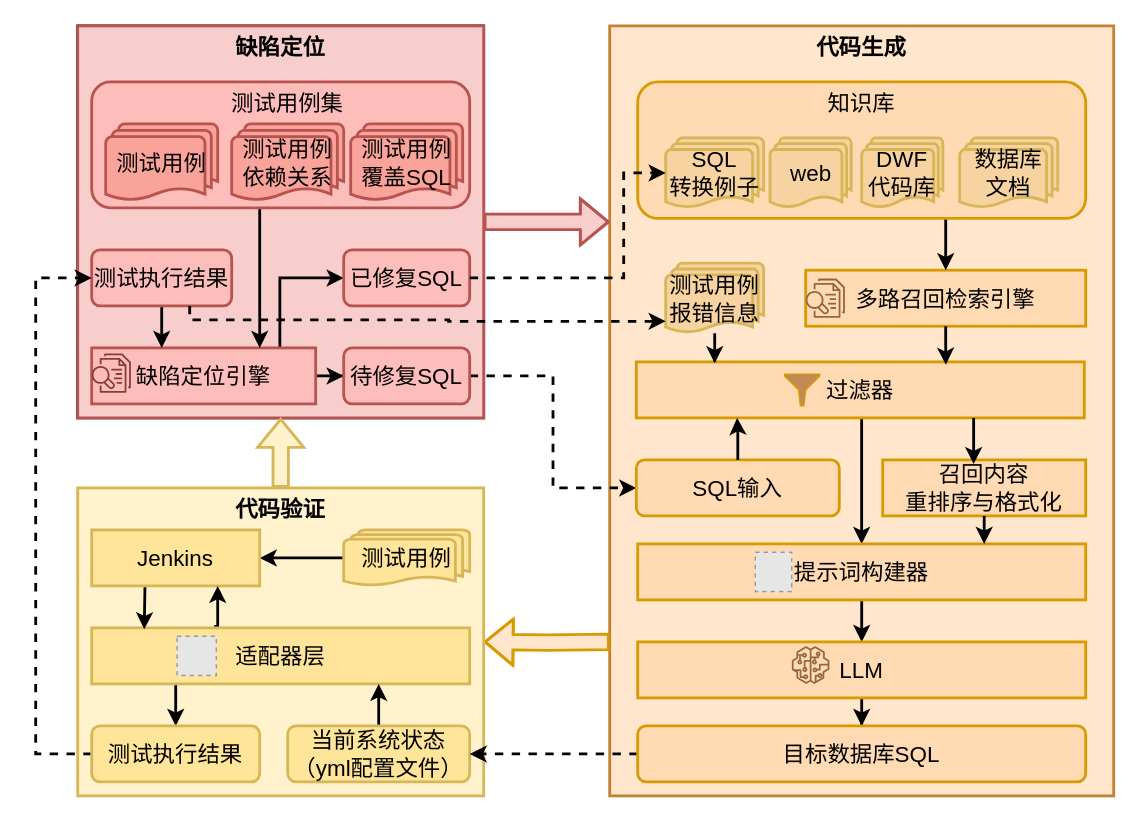
Before: 开题报告/architecture.drawio in Olive-2019/drawio-source, a draw.io diagram. Source tidied: cells renumbered, new cells numbered last; positions are measured from the earlier drawing's top-left corner, leaving out a move shared by most shapes. Both pictures are drawn from the tidied source at 140%, with x=0, y=0 at pixel (35, 25). Pictures stored in the file or linked from it are replaced by grey dashed boxes.
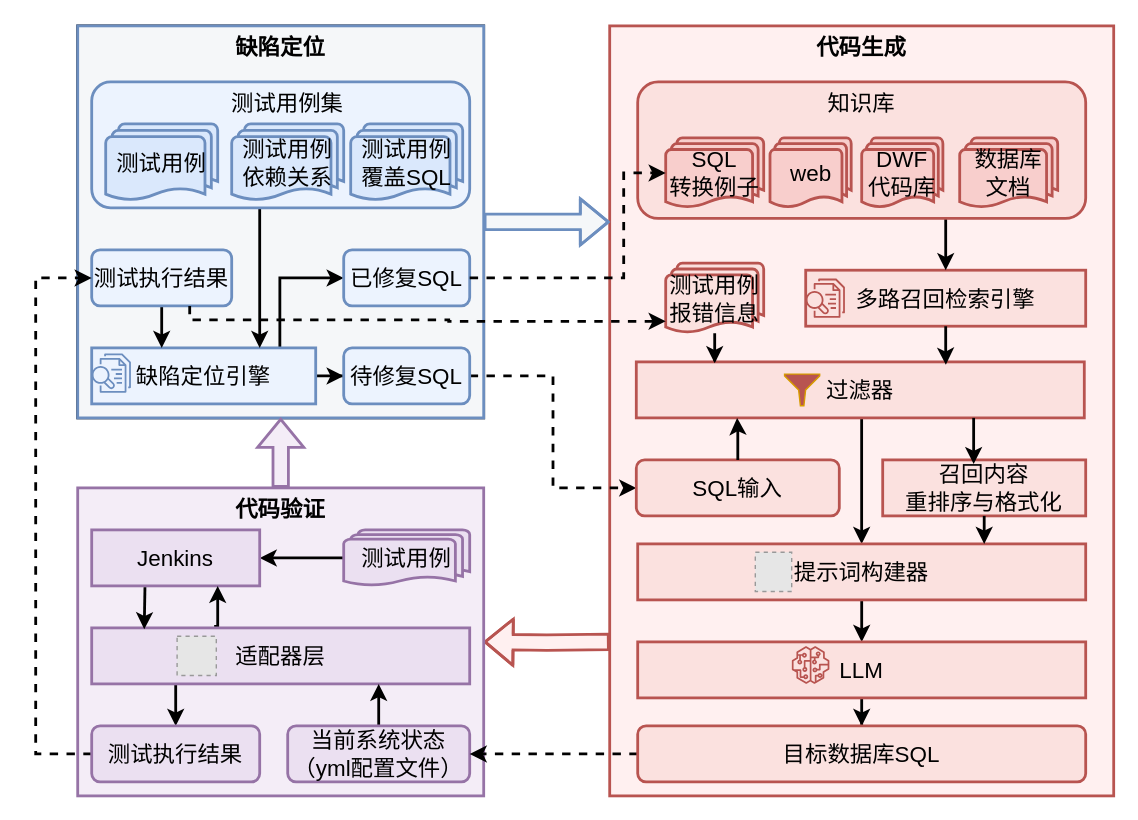
The same diagram, later.

The change refers to these unchanged cells:
```xml
<mxCell id="2" style="rounded=0;whiteSpace=wrap;html=1;strokeWidth=2;fillColor=default;" parent="1" vertex="1">
  <mxGeometry x="30" width="290" height="280" as="geometry" />
</mxCell>
```

What changed in the source:
```diff
@@
-    <mxCell id="3" style="group;strokeWidth=2;fillColor=#ffe6cc;strokeColor=#c38232;" parent="1" vertex="1">
+    <mxCell id="3" style="group;strokeWidth=2;fillColor=#FFF0F0;strokeColor=#b85450;" parent="1" vertex="1">
       <mxGeometry x="410" width="360" height="550" as="geometry" />
     </mxCell>
-    <mxCell id="4" style="group;strokeWidth=2;fillColor=#f8cecc;strokeColor=#b85450;" parent="1" vertex="1">
+    <mxCell id="4" style="group;strokeWidth=2;fillColor=#F5F7F9;strokeColor=#6c8ebf;" parent="1" vertex="1">
       <mxGeometry x="30" width="290" height="280" as="geometry" />
     </mxCell>
-    <mxCell id="5" style="edgeStyle=orthogonalEdgeStyle;rounded=0;jettySize=auto;html=1;entryX=0.5;entryY=1;entryDx=0;entryDy=0;shape=flexArrow;fillColor=#fff2cc;strokeColor=#d6b656;strokeWidth=2;" parent="1" edge="1" source="21" target="2">
+    <mxCell id="5" style="edgeStyle=orthogonalEdgeStyle;rounded=0;jettySize=auto;html=1;entryX=0.5;entryY=1;entryDx=0;entryDy=0;shape=flexArrow;fillColor=#F4EDF7;strokeColor=#9673a6;strokeWidth=2;" parent="1" edge="1" source="21" target="2">
       <mxGeometry relative="1" as="geometry" />
     </mxCell>
-    <mxCell id="6" style="edgeStyle=orthogonalEdgeStyle;rounded=0;jettySize=auto;html=1;shape=flexArrow;fillColor=#f8cecc;strokeColor=#b85450;strokeWidth=2;" parent="1" edge="1" source="2">
+    <mxCell id="6" style="edgeStyle=orthogonalEdgeStyle;rounded=0;jettySize=auto;html=1;shape=flexArrow;fillColor=#F5F7F9;strokeColor=#6c8ebf;strokeWidth=2;" parent="1" edge="1" source="2">
       <mxGeometry relative="1" as="geometry">
         <mxPoint x="410" y="140" as="targetPoint" />
       </mxGeometry>
     </mxCell>
-    <mxCell id="7" style="edgeStyle=orthogonalEdgeStyle;rounded=0;jettySize=auto;html=1;entryX=1;entryY=0.5;entryDx=0;entryDy=0;shape=flexArrow;fillColor=#ffe6cc;strokeColor=#d79b00;strokeWidth=2;" parent="1" edge="1" target="21">
+    <mxCell id="7" style="edgeStyle=orthogonalEdgeStyle;rounded=0;jettySize=auto;html=1;entryX=1;entryY=0.5;entryDx=0;entryDy=0;shape=flexArrow;fillColor=#FFF0F0;strokeColor=#b85450;strokeWidth=2;" parent="1" edge="1" target="21">
       <mxGeometry relative="1" as="geometry">
         <mxPoint x="410" y="440" as="sourcePoint" />
       </mxGeometry>
     </mxCell>
@@
-    <mxCell id="11" value="缺陷定位引擎" style="rounded=0;whiteSpace=wrap;html=1;fillColor=#fdbdba;strokeWidth=2;fontSize=16;strokeColor=#b85450;align=center;verticalAlign=middle;fontFamily=Helvetica;" parent="1" vertex="1">
+    <mxCell id="11" value="缺陷定位引擎" style="rounded=0;whiteSpace=wrap;html=1;fillColor=#ECF3FE;strokeWidth=2;fontSize=16;strokeColor=#6c8ebf;align=center;verticalAlign=middle;fontFamily=Helvetica;" parent="1" vertex="1">
       <mxGeometry x="40" y="230" width="160" height="40" as="geometry" />
     </mxCell>
@@
-    <mxCell id="13" value="测试执行结果" style="rounded=1;whiteSpace=wrap;html=1;fontSize=16;strokeWidth=2;fillColor=#fdbdba;strokeColor=#b85450;" parent="1" vertex="1">
+    <mxCell id="13" value="测试执行结果" style="rounded=1;whiteSpace=wrap;html=1;fontSize=16;strokeWidth=2;fillColor=#ECF3FE;strokeColor=#6c8ebf;" parent="1" vertex="1">
       <mxGeometry x="40" y="160" width="100" height="40" as="geometry" />
     </mxCell>
@@
-    <mxCell id="15" value="待修复SQL&lt;span class=&quot;eusoft-eudic-chrome-extension-translate-content&quot;&gt;&lt;/span&gt;" style="rounded=1;whiteSpace=wrap;html=1;fillColor=#fdbdba;strokeWidth=2;fontSize=16;strokeColor=#b85450;align=center;verticalAlign=middle;fontFamily=Helvetica;" parent="1" vertex="1">
+    <mxCell id="15" value="待修复SQL&lt;span class=&quot;eusoft-eudic-chrome-extension-translate-content&quot;&gt;&lt;/span&gt;" style="rounded=1;whiteSpace=wrap;html=1;fillColor=#ECF3FE;strokeWidth=2;fontSize=16;strokeColor=#6c8ebf;align=center;verticalAlign=middle;fontFamily=Helvetica;" parent="1" vertex="1">
       <mxGeometry x="220" y="230" width="90" height="40" as="geometry" />
     </mxCell>
@@
-    <mxCell id="17" style="rounded=1;whiteSpace=wrap;html=1;strokeWidth=2;fillColor=#fdbdba;fontSize=16;strokeColor=#b85450;align=center;verticalAlign=middle;fontFamily=Helvetica;" parent="1" vertex="1">
+    <mxCell id="17" style="rounded=1;whiteSpace=wrap;html=1;strokeWidth=2;fillColor=#ECF3FE;fontSize=16;strokeColor=#6c8ebf;align=center;verticalAlign=middle;fontFamily=Helvetica;" parent="1" vertex="1">
       <mxGeometry x="40" y="40" width="270" height="90" as="geometry" />
     </mxCell>
-    <mxCell id="18" value="测试用例" style="strokeWidth=2;html=1;shape=mxgraph.flowchart.multi-document;whiteSpace=wrap;fontSize=16;fillColor=#f9a39a;strokeColor=#b85450;" parent="1" vertex="1">
+    <mxCell id="18" value="测试用例" style="strokeWidth=2;html=1;shape=mxgraph.flowchart.multi-document;whiteSpace=wrap;fontSize=16;fillColor=#dae8fc;strokeColor=#6c8ebf;" parent="1" vertex="1">
       <mxGeometry x="50" y="70" width="80" height="55" as="geometry" />
     </mxCell>
-    <mxCell id="19" value="测试用例&lt;div style=&quot;font-size: 16px;&quot;&gt;依赖关系&lt;/div&gt;" style="strokeWidth=2;html=1;shape=mxgraph.flowchart.multi-document;whiteSpace=wrap;fontSize=16;strokeColor=#b85450;align=center;verticalAlign=middle;fontFamily=Helvetica;fillColor=#f9a39a;" parent="1" vertex="1">
+    <mxCell id="19" value="测试用例&lt;div style=&quot;font-size: 16px;&quot;&gt;依赖关系&lt;/div&gt;" style="strokeWidth=2;html=1;shape=mxgraph.flowchart.multi-document;whiteSpace=wrap;fontSize=16;strokeColor=#6c8ebf;align=center;verticalAlign=middle;fontFamily=Helvetica;fillColor=#dae8fc;" parent="1" vertex="1">
       <mxGeometry x="140" y="70" width="80" height="55" as="geometry" />
     </mxCell>
@@
-    <mxCell id="21" style="rounded=0;whiteSpace=wrap;html=1;strokeWidth=2;fillColor=#fff2cc;strokeColor=#d6b656;" parent="1" vertex="1">
+    <mxCell id="21" style="rounded=0;whiteSpace=wrap;html=1;strokeWidth=2;fillColor=#F4EDF7;strokeColor=#9673a6;" parent="1" vertex="1">
       <mxGeometry x="30" y="330" width="290" height="220" as="geometry" />
     </mxCell>
@@
-    <mxCell id="23" value="测试用例" style="strokeWidth=2;html=1;shape=mxgraph.flowchart.multi-document;whiteSpace=wrap;fontSize=16;fillColor=#FFE599;strokeColor=#d6b656;" parent="1" vertex="1">
+    <mxCell id="23" value="测试用例" style="strokeWidth=2;html=1;shape=mxgraph.flowchart.multi-document;whiteSpace=wrap;fontSize=16;fillColor=#EBE0F1;strokeColor=#9673a6;" parent="1" vertex="1">
       <mxGeometry x="220" y="360" width="90" height="40" as="geometry" />
     </mxCell>
-    <mxCell id="24" value="Jenkins" style="rounded=0;whiteSpace=wrap;html=1;fontSize=16;strokeWidth=2;strokeColor=#d6b656;align=center;verticalAlign=middle;fontFamily=Helvetica;fillColor=#FFE599;" parent="1" vertex="1">
+    <mxCell id="24" value="Jenkins" style="rounded=0;whiteSpace=wrap;html=1;fontSize=16;strokeWidth=2;strokeColor=#9673a6;align=center;verticalAlign=middle;fontFamily=Helvetica;fillColor=#EBE0F1;" parent="1" vertex="1">
       <mxGeometry x="40" y="360" width="120" height="40" as="geometry" />
     </mxCell>
@@
-    <mxCell id="27" value="适配器层" style="rounded=0;whiteSpace=wrap;html=1;fontSize=16;strokeWidth=2;strokeColor=#d6b656;align=center;verticalAlign=middle;fontFamily=Helvetica;fillColor=#FFE599;" parent="1" vertex="1">
+    <mxCell id="27" value="适配器层" style="rounded=0;whiteSpace=wrap;html=1;fontSize=16;strokeWidth=2;strokeColor=#9673a6;align=center;verticalAlign=middle;fontFamily=Helvetica;fillColor=#EBE0F1;" parent="1" vertex="1">
       <mxGeometry x="40" y="430" width="270" height="40" as="geometry" />
     </mxCell>
@@
-    <mxCell id="29" value="当前系统状态（yml配置文件）" style="rounded=1;whiteSpace=wrap;html=1;fontSize=16;strokeWidth=2;strokeColor=#d6b656;align=center;verticalAlign=middle;fontFamily=Helvetica;fillColor=#FFE599;" parent="1" vertex="1">
+    <mxCell id="29" value="当前系统状态（yml配置文件）" style="rounded=1;whiteSpace=wrap;html=1;fontSize=16;strokeWidth=2;strokeColor=#9673a6;align=center;verticalAlign=middle;fontFamily=Helvetica;fillColor=#EBE0F1;" parent="1" vertex="1">
       <mxGeometry x="180" y="500" width="130" height="40" as="geometry" />
     </mxCell>
@@
-    <mxCell id="31" value="&lt;span style=&quot;font-size: 16px;&quot;&gt;测试执行结果&lt;/span&gt;" style="rounded=1;whiteSpace=wrap;html=1;fontSize=16;strokeWidth=2;strokeColor=#d6b656;align=center;verticalAlign=middle;fontFamily=Helvetica;fillColor=#FFE599;" parent="1" vertex="1">
+    <mxCell id="31" value="&lt;span style=&quot;font-size: 16px;&quot;&gt;测试执行结果&lt;/span&gt;" style="rounded=1;whiteSpace=wrap;html=1;fontSize=16;strokeWidth=2;strokeColor=#9673a6;align=center;verticalAlign=middle;fontFamily=Helvetica;fillColor=#EBE0F1;" parent="1" vertex="1">
       <mxGeometry x="40" y="500" width="120" height="40" as="geometry" />
     </mxCell>
@@
-    <mxCell id="35" value="测试用例覆盖SQL" style="strokeWidth=2;html=1;shape=mxgraph.flowchart.multi-document;whiteSpace=wrap;fontSize=16;strokeColor=#b85450;align=center;verticalAlign=middle;fontFamily=Helvetica;fillColor=#f9a39a;" parent="1" vertex="1">
+    <mxCell id="35" value="测试用例覆盖SQL" style="strokeWidth=2;html=1;shape=mxgraph.flowchart.multi-document;whiteSpace=wrap;fontSize=16;strokeColor=#6c8ebf;align=center;verticalAlign=middle;fontFamily=Helvetica;fillColor=#dae8fc;" parent="1" vertex="1">
       <mxGeometry x="225" y="70" width="80" height="55" as="geometry" />
     </mxCell>
-    <mxCell id="36" value="已修复SQL&lt;span class=&quot;eusoft-eudic-chrome-extension-translate-content&quot;&gt;&lt;/span&gt;" style="rounded=1;whiteSpace=wrap;html=1;fillColor=#fdbdba;strokeWidth=2;fontSize=16;strokeColor=#b85450;align=center;verticalAlign=middle;fontFamily=Helvetica;" parent="1" vertex="1">
+    <mxCell id="36" value="已修复SQL&lt;span class=&quot;eusoft-eudic-chrome-extension-translate-content&quot;&gt;&lt;/span&gt;" style="rounded=1;whiteSpace=wrap;html=1;fillColor=#ECF3FE;strokeWidth=2;fontSize=16;strokeColor=#6c8ebf;align=center;verticalAlign=middle;fontFamily=Helvetica;" parent="1" vertex="1">
       <mxGeometry x="220" y="160" width="90" height="40" as="geometry" />
     </mxCell>
-    <mxCell id="37" value="&lt;span style=&quot;font-size: 16px;&quot;&gt;测试用例&lt;/span&gt;&lt;div style=&quot;font-size: 16px;&quot;&gt;&lt;span style=&quot;font-size: 16px;&quot;&gt;报错信息&lt;/span&gt;&lt;br style=&quot;font-size: 16px;&quot;&gt;&lt;/div&gt;" style="strokeWidth=2;html=1;shape=mxgraph.flowchart.multi-document;whiteSpace=wrap;strokeColor=#d6b656;align=center;verticalAlign=middle;fontFamily=Helvetica;fontSize=16;fontColor=default;fillColor=#f7d3a1;" parent="1" vertex="1">
+    <mxCell id="37" value="&lt;span style=&quot;font-size: 16px;&quot;&gt;测试用例&lt;/span&gt;&lt;div style=&quot;font-size: 16px;&quot;&gt;&lt;span style=&quot;font-size: 16px;&quot;&gt;报错信息&lt;/span&gt;&lt;br style=&quot;font-size: 16px;&quot;&gt;&lt;/div&gt;" style="strokeWidth=2;html=1;shape=mxgraph.flowchart.multi-document;whiteSpace=wrap;strokeColor=#b85450;align=center;verticalAlign=middle;fontFamily=Helvetica;fontSize=16;fontColor=default;fillColor=#fbe1df;rounded=0;fontStyle=0;" parent="1" vertex="1">
       <mxGeometry x="450" y="169.5" width="70" height="50" as="geometry" />
     </mxCell>
-    <mxCell id="38" value="多路召回检索引擎" style="rounded=0;whiteSpace=wrap;html=1;fontStyle=0;fontSize=16;strokeWidth=2;strokeColor=#d79b00;align=center;verticalAlign=middle;fontFamily=Helvetica;fillColor=#ffdab3;" parent="1" vertex="1">
+    <mxCell id="38" value="多路召回检索引擎" style="rounded=0;whiteSpace=wrap;html=1;fontStyle=0;fontSize=16;strokeWidth=2;strokeColor=#b85450;align=center;verticalAlign=middle;fontFamily=Helvetica;fillColor=#fbe1df;" parent="1" vertex="1">
       <mxGeometry x="550" y="174.5" width="200" height="40" as="geometry" />
     </mxCell>
@@
-    <mxCell id="40" value="过滤器" style="rounded=0;whiteSpace=wrap;html=1;fontSize=16;strokeWidth=2;strokeColor=#d79b00;align=center;verticalAlign=middle;fontFamily=Helvetica;fillColor=#ffdab3;" parent="1" vertex="1">
+    <mxCell id="40" value="过滤器" style="rounded=0;whiteSpace=wrap;html=1;fontSize=16;strokeWidth=2;strokeColor=#b85450;align=center;verticalAlign=middle;fontFamily=Helvetica;fillColor=#fbe1df;" parent="1" vertex="1">
       <mxGeometry x="429" y="240" width="320" height="40" as="geometry" />
     </mxCell>
-    <mxCell id="41" value="召回内容&lt;div&gt;重排序与格式化&lt;/div&gt;" style="rounded=0;whiteSpace=wrap;html=1;fontSize=16;strokeWidth=2;strokeColor=#d79b00;align=center;verticalAlign=middle;fontFamily=Helvetica;fillColor=#ffdab3;" parent="1" vertex="1">
+    <mxCell id="41" value="召回内容&lt;div&gt;重排序与格式化&lt;/div&gt;" style="rounded=0;whiteSpace=wrap;html=1;fontSize=16;strokeWidth=2;strokeColor=#b85450;align=center;verticalAlign=middle;fontFamily=Helvetica;fillColor=#fbe1df;" parent="1" vertex="1">
       <mxGeometry x="605" y="310" width="145" height="40" as="geometry" />
     </mxCell>
-    <mxCell id="42" value="SQL输入" style="rounded=1;whiteSpace=wrap;html=1;fontSize=16;strokeWidth=2;strokeColor=#d79b00;align=center;verticalAlign=middle;fontFamily=Helvetica;fillColor=#ffdab3;" parent="1" vertex="1">
+    <mxCell id="42" value="SQL输入" style="rounded=1;whiteSpace=wrap;html=1;fontSize=16;strokeWidth=2;strokeColor=#b85450;align=center;verticalAlign=middle;fontFamily=Helvetica;fillColor=#fbe1df;" parent="1" vertex="1">
       <mxGeometry x="429" y="310" width="145" height="40" as="geometry" />
     </mxCell>
@@
-    <mxCell id="44" style="rounded=1;whiteSpace=wrap;html=1;fillColor=#ffdab3;strokeWidth=2;strokeColor=#d79b00;" parent="1" vertex="1">
+    <mxCell id="44" style="rounded=1;whiteSpace=wrap;html=1;fillColor=#fbe1df;strokeWidth=2;strokeColor=#b85450;" parent="1" vertex="1">
       <mxGeometry x="430" y="40" width="320" height="97.5" as="geometry" />
     </mxCell>
@@
-    <mxCell id="46" value="提示词构建器" style="rounded=0;whiteSpace=wrap;html=1;fontSize=16;strokeWidth=2;strokeColor=#d79b00;align=center;verticalAlign=middle;fontFamily=Helvetica;fillColor=#ffdab3;" parent="1" vertex="1">
+    <mxCell id="46" value="提示词构建器" style="rounded=0;whiteSpace=wrap;html=1;fontSize=16;strokeWidth=2;strokeColor=#b85450;align=center;verticalAlign=middle;fontFamily=Helvetica;fillColor=#fbe1df;" parent="1" vertex="1">
       <mxGeometry x="430" y="370" width="320" height="40" as="geometry" />
     </mxCell>
@@
-    <mxCell id="49" value="LLM" style="rounded=0;whiteSpace=wrap;html=1;fontSize=16;strokeWidth=2;strokeColor=#d79b00;align=center;verticalAlign=middle;fontFamily=Helvetica;fillColor=#ffdab3;" parent="1" vertex="1">
+    <mxCell id="49" value="LLM" style="rounded=0;whiteSpace=wrap;html=1;fontSize=16;strokeWidth=2;strokeColor=#b85450;align=center;verticalAlign=middle;fontFamily=Helvetica;fillColor=#fbe1df;" parent="1" vertex="1">
       <mxGeometry x="430" y="440" width="320" height="40" as="geometry" />
     </mxCell>
-    <mxCell id="50" value="目标数据库SQL" style="rounded=1;whiteSpace=wrap;html=1;fontSize=16;strokeWidth=2;strokeColor=#d79b00;align=center;verticalAlign=middle;fontFamily=Helvetica;fillColor=#ffdab3;" parent="1" vertex="1">
+    <mxCell id="50" value="目标数据库SQL" style="rounded=1;whiteSpace=wrap;html=1;fontSize=16;strokeWidth=2;strokeColor=#b85450;align=center;verticalAlign=middle;fontFamily=Helvetica;fillColor=#fbe1df;" parent="1" vertex="1">
       <mxGeometry x="430" y="500" width="320" height="40" as="geometry" />
     </mxCell>
@@
-    <mxCell id="52" value="&lt;span style=&quot;font-size: 16px;&quot;&gt;数据库&lt;/span&gt;&lt;div style=&quot;font-size: 16px;&quot;&gt;文档&lt;/div&gt;" style="strokeWidth=2;html=1;shape=mxgraph.flowchart.multi-document;whiteSpace=wrap;fillColor=#f7d3a1;strokeColor=#d6b656;fontSize=16;" parent="1" vertex="1">
+    <mxCell id="52" value="&lt;span style=&quot;font-size: 16px;&quot;&gt;数据库&lt;/span&gt;&lt;div style=&quot;font-size: 16px;&quot;&gt;文档&lt;/div&gt;" style="strokeWidth=2;html=1;shape=mxgraph.flowchart.multi-document;whiteSpace=wrap;fillColor=#f8cecc;strokeColor=#b85450;fontSize=16;" parent="1" vertex="1">
       <mxGeometry x="660" y="80" width="70" height="50" as="geometry" />
     </mxCell>
-    <mxCell id="53" value="&lt;div style=&quot;font-size: 16px;&quot;&gt;&lt;span style=&quot;font-size: 16px;&quot;&gt;web&lt;/span&gt;&lt;/div&gt;" style="strokeWidth=2;html=1;shape=mxgraph.flowchart.multi-document;whiteSpace=wrap;strokeColor=#d6b656;align=center;verticalAlign=middle;fontFamily=Helvetica;fontSize=16;fontColor=default;fillColor=#f7d3a1;" parent="1" vertex="1">
+    <mxCell id="53" value="&lt;div style=&quot;font-size: 16px;&quot;&gt;&lt;span style=&quot;font-size: 16px;&quot;&gt;web&lt;/span&gt;&lt;/div&gt;" style="strokeWidth=2;html=1;shape=mxgraph.flowchart.multi-document;whiteSpace=wrap;strokeColor=#b85450;align=center;verticalAlign=middle;fontFamily=Helvetica;fontSize=16;fillColor=#f8cecc;" parent="1" vertex="1">
       <mxGeometry x="524.5" y="80" width="58" height="50" as="geometry" />
     </mxCell>
@@
-    <mxCell id="55" value="&lt;span style=&quot;font-size: 16px;&quot;&gt;SQL&lt;/span&gt;&lt;div style=&quot;font-size: 16px;&quot;&gt;&lt;span style=&quot;font-size: 16px;&quot;&gt;转换例子&lt;/span&gt;&lt;/div&gt;" style="strokeWidth=2;html=1;shape=mxgraph.flowchart.multi-document;whiteSpace=wrap;strokeColor=#d6b656;align=center;verticalAlign=middle;fontFamily=Helvetica;fontSize=16;fontColor=default;fillColor=#f7d3a1;" parent="1" vertex="1">
+    <mxCell id="55" value="&lt;span style=&quot;font-size: 16px;&quot;&gt;SQL&lt;/span&gt;&lt;div style=&quot;font-size: 16px;&quot;&gt;&lt;span style=&quot;font-size: 16px;&quot;&gt;转换例子&lt;/span&gt;&lt;/div&gt;" style="strokeWidth=2;html=1;shape=mxgraph.flowchart.multi-document;whiteSpace=wrap;strokeColor=#b85450;align=center;verticalAlign=middle;fontFamily=Helvetica;fontSize=16;fillColor=#f8cecc;" parent="1" vertex="1">
       <mxGeometry x="450" y="80" width="70" height="50" as="geometry" />
     </mxCell>
@@
-    <mxCell id="63" style="sketch=0;shadow=0;dashed=0;html=1;strokeColor=#d79b00;labelPosition=center;verticalLabelPosition=bottom;verticalAlign=top;align=center;fillColor=#C28A55;shape=mxgraph.mscae.enterprise.filter;" parent="1" vertex="1">
+    <mxCell id="63" style="sketch=0;shadow=0;dashed=0;html=1;strokeColor=#d79b00;labelPosition=center;verticalLabelPosition=bottom;verticalAlign=top;align=center;fillColor=#B85450;shape=mxgraph.mscae.enterprise.filter;" parent="1" vertex="1">
       <mxGeometry x="534.9" y="248.7" width="25.1" height="22.6" as="geometry" />
     </mxCell>
-    <mxCell id="64" style="sketch=0;fillColor=#853D3A;strokeColor=#b85450;dashed=0;verticalLabelPosition=bottom;verticalAlign=top;align=center;html=1;fontSize=12;fontStyle=0;shape=mxgraph.aws4.textract_analyze_lending;" parent="1" vertex="1">
+    <mxCell id="64" style="sketch=0;fillColor=#6C8EBF;strokeColor=#6c8ebf;dashed=0;verticalLabelPosition=bottom;verticalAlign=top;align=center;html=1;fontSize=12;fontStyle=0;shape=mxgraph.aws4.textract_analyze_lending;" parent="1" vertex="1">
       <mxGeometry x="40" y="234" width="28" height="28" as="geometry" />
     </mxCell>
-    <mxCell id="65" style="fillColor=#916740;strokeColor=#d79b00;dashed=0;verticalLabelPosition=bottom;verticalAlign=top;align=center;html=1;fontSize=12;fontStyle=0;shape=mxgraph.aws4.sagemaker_model;fillStyle=auto;" parent="1" vertex="1">
+    <mxCell id="65" style="fillColor=#B85450;strokeColor=none;dashed=0;verticalLabelPosition=bottom;verticalAlign=top;align=center;html=1;fontSize=12;fontStyle=0;shape=mxgraph.aws4.sagemaker_model;fillStyle=auto;" parent="1" vertex="1">
       <mxGeometry x="540" y="443" width="27" height="27" as="geometry" />
     </mxCell>
-    <mxCell id="66" style="sketch=0;fillColor=#916740;strokeColor=#b85450;dashed=0;verticalLabelPosition=bottom;verticalAlign=top;align=center;html=1;fontSize=12;fontStyle=0;shape=mxgraph.aws4.textract_analyze_lending;" parent="1" vertex="1">
+    <mxCell id="66" style="sketch=0;fillColor=#B85450;strokeColor=#B85450;dashed=0;verticalLabelPosition=bottom;verticalAlign=top;align=center;html=1;fontSize=12;fontStyle=0;shape=mxgraph.aws4.textract_analyze_lending;" parent="1" vertex="1">
       <mxGeometry x="550" y="180.5" width="28" height="28" as="geometry" />
     </mxCell>
-    <mxCell id="67" value="&lt;div style=&quot;font-size: 16px;&quot;&gt;DWF&lt;/div&gt;&lt;div style=&quot;font-size: 16px;&quot;&gt;代码库&lt;/div&gt;" style="strokeWidth=2;html=1;shape=mxgraph.flowchart.multi-document;whiteSpace=wrap;strokeColor=#d6b656;align=center;verticalAlign=middle;fontFamily=Helvetica;fontSize=16;fontColor=default;fillColor=#f7d3a1;" parent="1" vertex="1">
+    <mxCell id="67" value="&lt;div style=&quot;font-size: 16px;&quot;&gt;DWF&lt;/div&gt;&lt;div style=&quot;font-size: 16px;&quot;&gt;代码库&lt;/div&gt;" style="strokeWidth=2;html=1;shape=mxgraph.flowchart.multi-document;whiteSpace=wrap;strokeColor=#b85450;align=center;verticalAlign=middle;fontFamily=Helvetica;fontSize=16;fillColor=#f8cecc;" parent="1" vertex="1">
       <mxGeometry x="590" y="80" width="58" height="50" as="geometry" />
     </mxCell>
```
